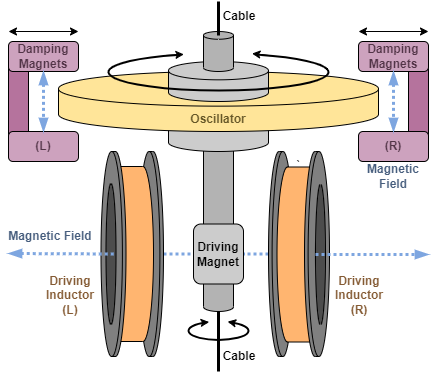
This is Lab3 - Torsional Oscillator/Figures/apparatus.png from parallax-xallaraq/PHSX616, a draw.io export, as it was before one commit. Source tidied: cells renumbered, new cells last; positions are measured from the earlier drawing's top-left corner, leaving out a move shared by most shapes.
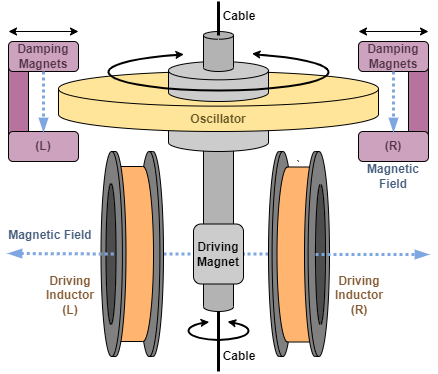
After the commit.

What changed in the source:
```diff
@@ -32,7 +32,7 @@
     <mxCell id="10" value="&lt;b&gt;&lt;font color=&quot;#523447&quot;&gt;(R)&lt;/font&gt;&lt;/b&gt;" style="rounded=1;whiteSpace=wrap;html=1;fillColor=#CDA2BE;" parent="7" vertex="1">
       <mxGeometry y="90" width="70" height="30" as="geometry" />
     </mxCell>
-    <mxCell id="11" style="endArrow=blockThin;html=1;rounded=0;strokeWidth=3;dashed=1;dashPattern=1 1;strokeColor=#7EA6E0;endFill=1;startArrow=blockThin;startFill=1;entryX=0.5;entryY=0;entryDx=0;entryDy=0;exitX=0.5;exitY=1;exitDx=0;exitDy=0;" parent="7" edge="1" source="9" target="10">
+    <mxCell id="11" style="endArrow=blockThin;html=1;rounded=0;strokeWidth=3;dashed=1;dashPattern=1 1;strokeColor=#7EA6E0;endFill=1;startArrow=none;startFill=0;entryX=0.5;entryY=0;entryDx=0;entryDy=0;exitX=0.5;exitY=1;exitDx=0;exitDy=0;" parent="7" edge="1" source="9" target="10">
       <mxGeometry relative="1" as="geometry" />
     </mxCell>
     <mxCell id="12" value="&lt;b&gt;Magnetic Field&lt;/b&gt;" style="text;html=1;strokeColor=none;fillColor=none;align=center;verticalAlign=middle;whiteSpace=wrap;rounded=0;fontColor=#465D7D;labelBorderColor=none;horizontal=1;" parent="7" vertex="1">
@@ -59,7 +59,7 @@
     <mxCell id="18" value="&lt;b&gt;&lt;font color=&quot;#523447&quot;&gt;(L)&lt;/font&gt;&lt;/b&gt;" style="rounded=1;whiteSpace=wrap;html=1;fillColor=#CDA2BE;" parent="15" vertex="1">
       <mxGeometry y="90" width="70" height="30" as="geometry" />
     </mxCell>
-    <mxCell id="19" style="endArrow=blockThin;html=1;rounded=0;strokeWidth=3;dashed=1;dashPattern=1 1;strokeColor=#7EA6E0;endFill=1;startArrow=blockThin;startFill=1;entryX=0.5;entryY=0;entryDx=0;entryDy=0;exitX=0.5;exitY=1;exitDx=0;exitDy=0;" parent="15" edge="1" source="17" target="18">
+    <mxCell id="19" style="endArrow=blockThin;html=1;rounded=0;strokeWidth=3;dashed=1;dashPattern=1 1;strokeColor=#7EA6E0;endFill=1;startArrow=none;startFill=0;entryX=0.5;entryY=0;entryDx=0;entryDy=0;exitX=0.5;exitY=1;exitDx=0;exitDy=0;" parent="15" edge="1" source="17" target="18">
       <mxGeometry relative="1" as="geometry" />
     </mxCell>
     <mxCell id="20" style="endArrow=classic;startArrow=classic;html=1;rounded=0;" parent="14" edge="1">
```
